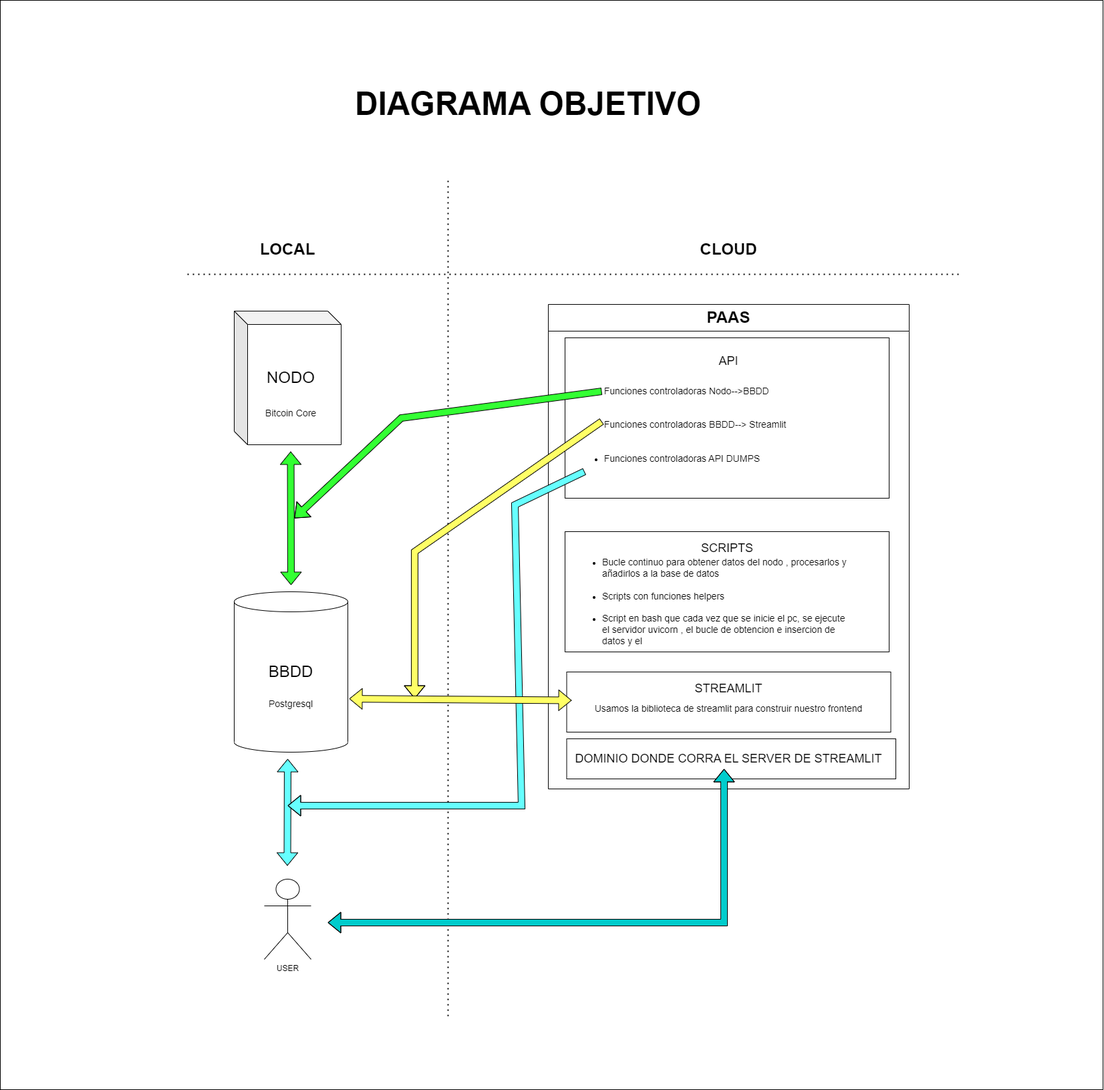
This is nodeanalytica.drawio.png from Block-Mole/diagrams, a draw.io export, as it was before one commit. Source tidied: cells renumbered, new cells last; positions are measured from the earlier drawing's top-left corner, leaving out a move shared by most shapes.
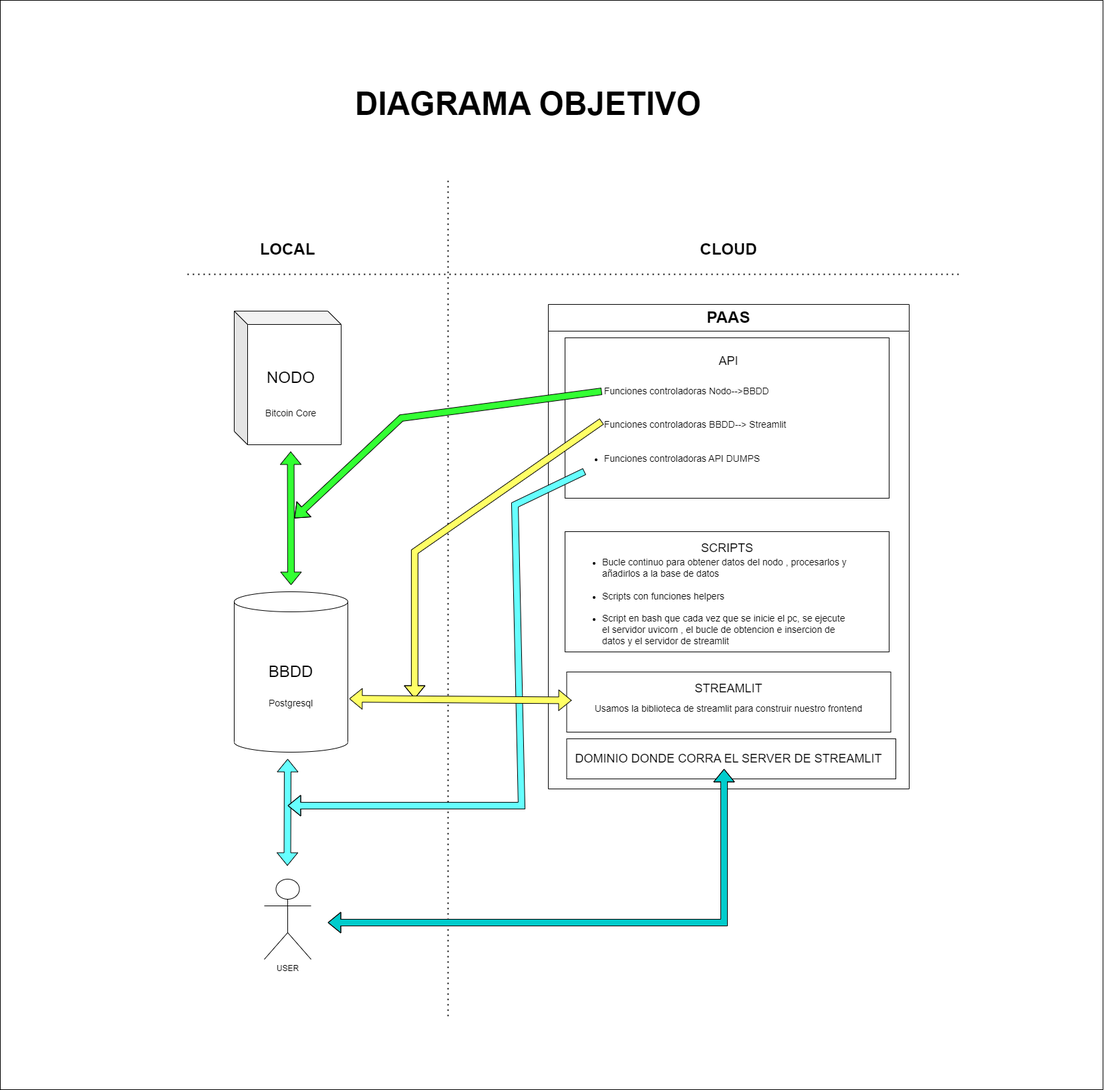
The same diagram one commit later.

What changed in the source:
```diff
@@ -53,7 +53,7 @@
     <mxCell id="17" value="&lt;font style=&quot;font-size: 18px;&quot;&gt;SCRIPTS&lt;/font&gt;" style="text;html=1;strokeColor=none;fillColor=none;align=center;verticalAlign=middle;whiteSpace=wrap;rounded=0;" parent="10" vertex="1">
       <mxGeometry x="237.5" y="350" width="60" height="30" as="geometry" />
     </mxCell>
-    <mxCell id="18" value="&lt;ul&gt;&lt;li style=&quot;text-align: left;&quot;&gt;&lt;span style=&quot;font-size: 14px;&quot;&gt;Bucle continuo para obtener datos del nodo , procesarlos y añadirlos a la base de datos&lt;br&gt;&lt;br&gt;&lt;/span&gt;&lt;/li&gt;&lt;li style=&quot;text-align: left;&quot;&gt;&lt;span style=&quot;font-size: 14px;&quot;&gt;Scripts con funciones helpers&lt;br&gt;&lt;br&gt;&lt;/span&gt;&lt;/li&gt;&lt;li style=&quot;text-align: left;&quot;&gt;&lt;span style=&quot;font-size: 14px;&quot;&gt;Script en bash que cada vez que se inicie el pc, se ejecute el servidor uvicorn , el bucle de obtencion e insercion de datos y el&amp;nbsp;&lt;/span&gt;&lt;/li&gt;&lt;/ul&gt;" style="text;html=1;strokeColor=none;fillColor=none;align=center;verticalAlign=middle;whiteSpace=wrap;rounded=0;" parent="10" vertex="1">
+    <mxCell id="18" value="&lt;ul&gt;&lt;li style=&quot;text-align: left;&quot;&gt;&lt;span style=&quot;font-size: 14px;&quot;&gt;Bucle continuo para obtener datos del nodo , procesarlos y añadirlos a la base de datos&lt;br&gt;&lt;br&gt;&lt;/span&gt;&lt;/li&gt;&lt;li style=&quot;text-align: left;&quot;&gt;&lt;span style=&quot;font-size: 14px;&quot;&gt;Scripts con funciones helpers&lt;br&gt;&lt;br&gt;&lt;/span&gt;&lt;/li&gt;&lt;li style=&quot;text-align: left;&quot;&gt;&lt;span style=&quot;font-size: 14px;&quot;&gt;Script en bash que cada vez que se inicie el pc, se ejecute el servidor uvicorn , el bucle de obtencion e insercion de datos y el servidor de streamlit&lt;/span&gt;&lt;/li&gt;&lt;/ul&gt;" style="text;html=1;strokeColor=none;fillColor=none;align=center;verticalAlign=middle;whiteSpace=wrap;rounded=0;" parent="10" vertex="1">
       <mxGeometry x="40" y="390" width="417.5" height="110" as="geometry" />
     </mxCell>
     <mxCell id="19" style="rounded=0;whiteSpace=wrap;html=1;" parent="10" vertex="1">
```
